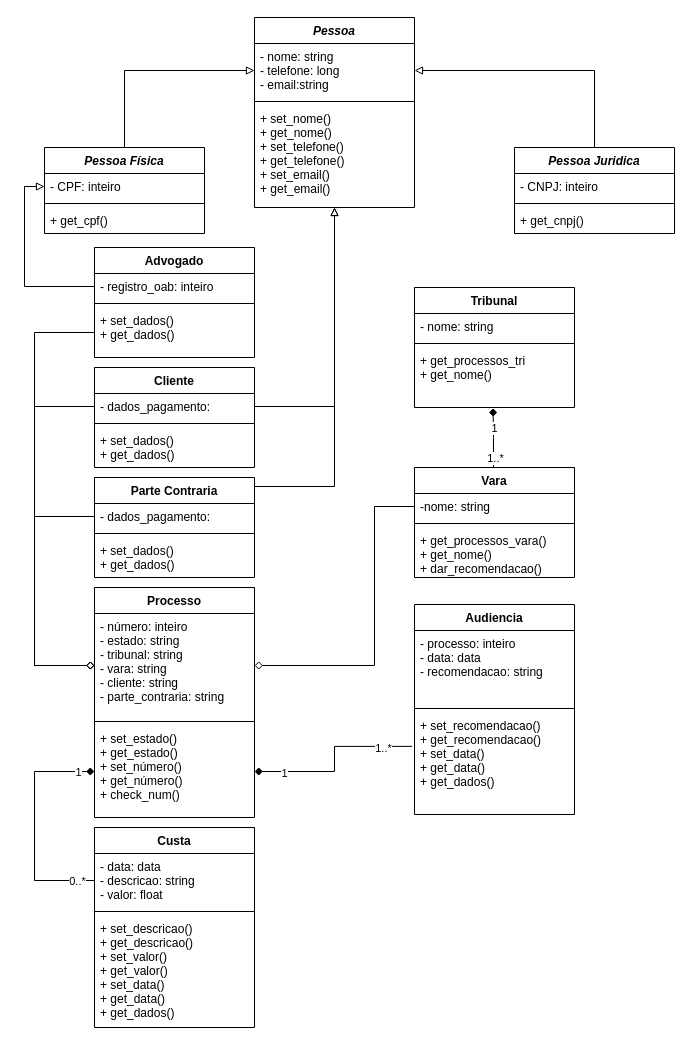
samarasrs/Listas_CES22 keeps this draw.io diagram as Lista3_q2.drawio. Above is the earlier version. Source tidied: cells renumbered, new cells numbered last; positions are measured from the earlier drawing's top-left corner, leaving out a move shared by most shapes. Both pictures are drawn from the tidied source at 100%, with x=0, y=0 at pixel (24, 17).
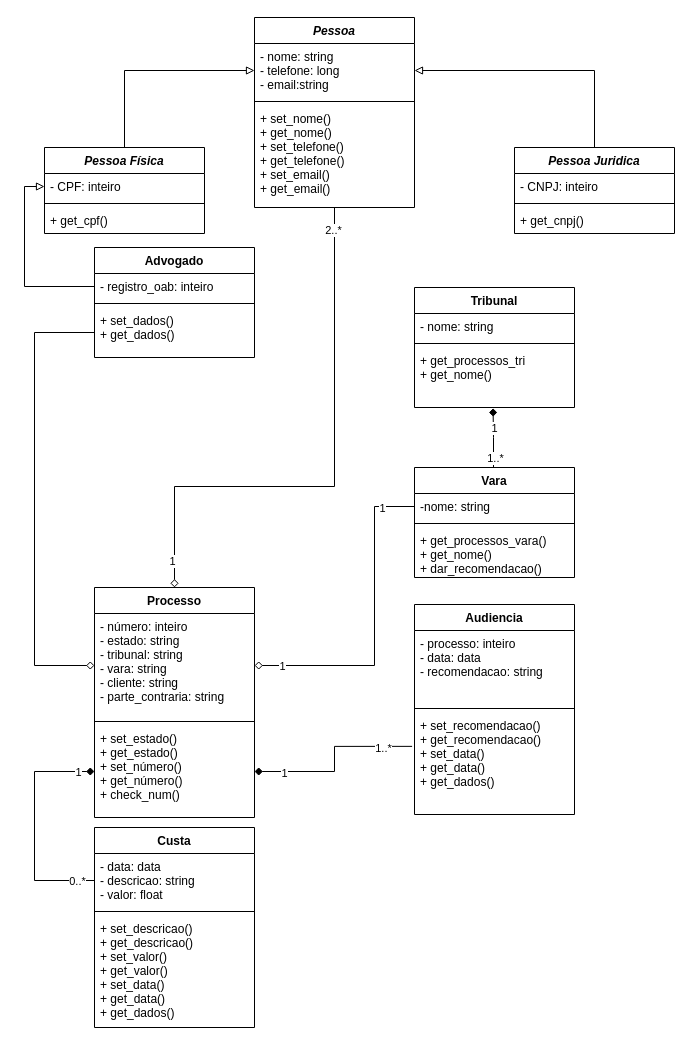
Above is the later version.

Unchanged cells that the change refers to:
```xml
<mxCell id="5" value="Pessoa" style="swimlane;fontStyle=3;align=center;verticalAlign=top;horizontal=1;startSize=26;" parent="1" vertex="1">
  <mxGeometry x="230" width="160" height="190" as="geometry" />
</mxCell>
<mxCell id="8" value="+ set_nome()&#10;+ get_nome()&#10;+ set_telefone()&#10;+ get_telefone()&#10;+ set_email()&#10;+ get_email()&#10;&#10;&#10;&#10;" style="text;strokeColor=none;fillColor=none;align=left;verticalAlign=top;spacingLeft=4;spacingRight=4;overflow=hidden;points=[[0,0.5],[1,0.5]];portConstraint=eastwest;" parent="5" vertex="1">
  <mxGeometry y="88" width="160" height="102" as="geometry" />
</mxCell>
<mxCell id="9" value="Processo" style="swimlane;fontStyle=1;align=center;verticalAlign=top;horizontal=1;startSize=26;" parent="1" vertex="1">
  <mxGeometry x="70" y="570" width="160" height="230" as="geometry" />
</mxCell>
<mxCell id="10" value="- número: inteiro&#10;- estado: string&#10;- tribunal: string&#10;- vara: string&#10;- cliente: string&#10;- parte_contraria: string&#10;&#10;&#10;" style="text;strokeColor=none;fillColor=none;align=left;verticalAlign=top;spacingLeft=4;spacingRight=4;overflow=hidden;points=[[0,0.5],[1,0.5]];portConstraint=eastwest;" parent="9" vertex="1">
  <mxGeometry y="26" width="160" height="104" as="geometry" />
</mxCell>
<mxCell id="18" style="edgeStyle=orthogonalEdgeStyle;rounded=0;jettySize=auto;html=1;exitX=1;exitY=0.5;exitDx=0;exitDy=0;entryX=0;entryY=0.5;entryDx=0;entryDy=0;endArrow=none;endFill=0;startArrow=diamond;startFill=0;" parent="1" edge="1" source="10" target="24">
  <mxGeometry relative="1" as="geometry">
    <Array as="points">
      <mxPoint x="350" y="648" />
      <mxPoint x="350" y="489" />
    </Array>
  </mxGeometry>
</mxCell>
```

What changed in the source:
```diff
@@
-    <mxCell id="3" style="edgeStyle=orthogonalEdgeStyle;rounded=0;jettySize=auto;html=1;exitX=1;exitY=0.5;exitDx=0;exitDy=0;entryX=0.5;entryY=1;entryDx=0;entryDy=0;endArrow=block;endFill=0;" parent="1" edge="1" source="45" target="5">
-      <mxGeometry relative="1" as="geometry">
-        <Array as="points">
-          <mxPoint x="310" y="389" />
-        </Array>
-      </mxGeometry>
-    </mxCell>
-    <mxCell id="4" style="edgeStyle=orthogonalEdgeStyle;rounded=0;jettySize=auto;html=1;exitX=1;exitY=0.5;exitDx=0;exitDy=0;endArrow=block;endFill=0;" parent="1" edge="1" source="41" target="8">
+    <mxCell id="4" style="edgeStyle=orthogonalEdgeStyle;rounded=0;jettySize=auto;html=1;exitX=0.5;exitY=0;exitDx=0;exitDy=0;endArrow=none;endFill=0;startArrow=diamond;startFill=0;" parent="1" edge="1" source="9" target="8">
       <mxGeometry relative="1" as="geometry">
         <Array as="points">
-          <mxPoint x="230" y="469" />
+          <mxPoint x="150" y="469" />
           <mxPoint x="310" y="469" />
         </Array>
       </mxGeometry>
     </mxCell>
+    <mxCell id="64" value="1" style="edgeLabel;html=1;align=center;verticalAlign=middle;" parent="4" vertex="1">
+      <mxGeometry x="-0.9" y="3" relative="1" as="geometry" />
+    </mxCell>
+    <mxCell id="65" value="2..*" style="edgeLabel;html=1;align=center;verticalAlign=middle;" parent="4" vertex="1">
+      <mxGeometry x="0.92" y="2" relative="1" as="geometry" />
+    </mxCell>
@@
-    <mxCell id="13" style="edgeStyle=orthogonalEdgeStyle;rounded=0;jettySize=auto;html=1;exitX=0;exitY=0.5;exitDx=0;exitDy=0;entryX=0;entryY=0.5;entryDx=0;entryDy=0;endArrow=none;endFill=0;startArrow=diamond;startFill=0;" parent="1" edge="1" source="10" target="45">
-      <mxGeometry relative="1" as="geometry">
-        <Array as="points">
-          <mxPoint x="10" y="648" />
-          <mxPoint x="10" y="389" />
-        </Array>
-      </mxGeometry>
-    </mxCell>
-    <mxCell id="14" style="edgeStyle=orthogonalEdgeStyle;rounded=0;jettySize=auto;html=1;exitX=0;exitY=0.5;exitDx=0;exitDy=0;entryX=0;entryY=0.5;entryDx=0;entryDy=0;endArrow=none;endFill=0;startArrow=diamond;startFill=0;" parent="1" edge="1" source="10" target="41">
-      <mxGeometry relative="1" as="geometry">
-        <Array as="points">
-          <mxPoint x="10" y="648" />
-          <mxPoint x="10" y="499" />
-        </Array>
-      </mxGeometry>
-    </mxCell>
@@
+    <mxCell id="66" value="1" style="edgeLabel;html=1;align=center;verticalAlign=middle;" parent="18" vertex="1">
+      <mxGeometry x="-0.83" relative="1" as="geometry" />
+    </mxCell>
+    <mxCell id="67" value="1" style="edgeLabel;html=1;align=center;verticalAlign=middle;" parent="18" vertex="1">
+      <mxGeometry x="0.79" y="-1" relative="1" as="geometry" />
+    </mxCell>
@@
-    <mxCell id="40" value="Parte Contraria" style="swimlane;fontStyle=1;align=center;verticalAlign=top;horizontal=1;startSize=26;" parent="1" vertex="1">
-      <mxGeometry x="70" y="460" width="160" height="100" as="geometry" />
-    </mxCell>
-    <mxCell id="41" value="- dados_pagamento:" style="text;strokeColor=none;fillColor=none;align=left;verticalAlign=top;spacingLeft=4;spacingRight=4;overflow=hidden;points=[[0,0.5],[1,0.5]];portConstraint=eastwest;" parent="40" vertex="1">
-      <mxGeometry y="26" width="160" height="26" as="geometry" />
-    </mxCell>
-    <mxCell id="42" style="line;strokeWidth=1;fillColor=none;align=left;verticalAlign=middle;spacingTop=-1;spacingLeft=3;spacingRight=3;labelPosition=right;" parent="40" vertex="1">
-      <mxGeometry y="52" width="160" height="8" as="geometry" />
-    </mxCell>
-    <mxCell id="43" value="+ set_dados()&#10;+ get_dados()" style="text;strokeColor=none;fillColor=none;align=left;verticalAlign=top;spacingLeft=4;spacingRight=4;overflow=hidden;" parent="40" vertex="1">
-      <mxGeometry y="60" width="160" height="40" as="geometry" />
-    </mxCell>
-    <mxCell id="44" value="Cliente" style="swimlane;fontStyle=1;align=center;verticalAlign=top;horizontal=1;startSize=26;" parent="1" vertex="1">
-      <mxGeometry x="70" y="350" width="160" height="100" as="geometry" />
-    </mxCell>
-    <mxCell id="45" value="- dados_pagamento:" style="text;strokeColor=none;fillColor=none;align=left;verticalAlign=top;spacingLeft=4;spacingRight=4;overflow=hidden;points=[[0,0.5],[1,0.5]];portConstraint=eastwest;" parent="44" vertex="1">
-      <mxGeometry y="26" width="160" height="26" as="geometry" />
-    </mxCell>
-    <mxCell id="46" style="line;strokeWidth=1;fillColor=none;align=left;verticalAlign=middle;spacingTop=-1;spacingLeft=3;spacingRight=3;labelPosition=right;" parent="44" vertex="1">
-      <mxGeometry y="52" width="160" height="8" as="geometry" />
-    </mxCell>
-    <mxCell id="47" value="+ set_dados()&#10;+ get_dados()" style="text;strokeColor=none;fillColor=none;align=left;verticalAlign=top;spacingLeft=4;spacingRight=4;overflow=hidden;" parent="44" vertex="1">
-      <mxGeometry y="60" width="160" height="40" as="geometry" />
-    </mxCell>
```
